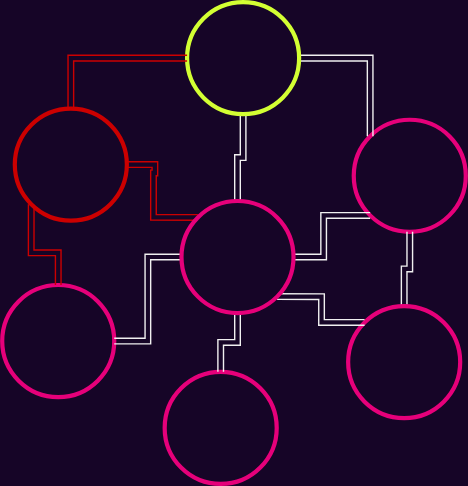
Polkadot-Blockchain-Academy/pba-content keeps this draw.io diagram as syllabus/3-Blockchain/img/p2p_topology_2.svg. Above is the earlier version. Source tidied: cells renumbered, new cells last; positions are measured from the earlier drawing's top-left corner, leaving out a move shared by most shapes. Source of this version:
```xml
<mxGraphModel background="#160527">
  <root>
    <mxCell id="0" />
    <mxCell id="1" parent="0" />
    <mxCell id="2" style="ellipse;whiteSpace=wrap;html=1;fillColor=#160527;strokeColor=#E6007A;strokeWidth=3;" parent="1" vertex="1">
      <mxGeometry y="202" width="80" height="80" as="geometry" />
    </mxCell>
    <mxCell id="3" style="ellipse;whiteSpace=wrap;html=1;fillColor=#160527;strokeColor=#E6007A;strokeWidth=3;" parent="1" vertex="1">
      <mxGeometry x="251" y="84" width="80" height="80" as="geometry" />
    </mxCell>
    <mxCell id="4" style="ellipse;whiteSpace=wrap;html=1;fillColor=#160527;strokeColor=#E6007A;strokeWidth=3;" parent="1" vertex="1">
      <mxGeometry x="116" y="264" width="80" height="80" as="geometry" />
    </mxCell>
    <mxCell id="5" style="edgeStyle=orthogonalEdgeStyle;rounded=0;jettySize=auto;html=1;exitX=0.5;exitY=0;exitDx=0;exitDy=0;entryX=0.5;entryY=1;entryDx=0;entryDy=0;shape=link;" parent="1" edge="1" source="6" target="3">
      <mxGeometry relative="1" as="geometry" />
    </mxCell>
    <mxCell id="6" style="ellipse;whiteSpace=wrap;html=1;fillColor=#160527;strokeColor=#E6007A;strokeWidth=3;" parent="1" vertex="1">
      <mxGeometry x="247" y="217" width="80" height="80" as="geometry" />
    </mxCell>
    <mxCell id="7" style="edgeStyle=orthogonalEdgeStyle;rounded=0;jettySize=auto;html=1;exitX=1;exitY=0.5;exitDx=0;exitDy=0;entryX=0;entryY=0;entryDx=0;entryDy=0;shape=link;" parent="1" edge="1" source="9" target="3">
      <mxGeometry relative="1" as="geometry" />
    </mxCell>
    <mxCell id="8" style="edgeStyle=orthogonalEdgeStyle;rounded=0;jettySize=auto;html=1;exitX=0.5;exitY=1;exitDx=0;exitDy=0;shape=link;" parent="1" edge="1" source="9" target="18">
      <mxGeometry relative="1" as="geometry" />
    </mxCell>
    <mxCell id="9" style="ellipse;whiteSpace=wrap;html=1;fillColor=#160527;strokeColor=#D3FF33;strokeWidth=3;" parent="1" vertex="1">
      <mxGeometry x="132" width="80" height="80" as="geometry" />
    </mxCell>
    <mxCell id="10" style="edgeStyle=orthogonalEdgeStyle;rounded=0;jettySize=auto;html=1;exitX=0.5;exitY=0;exitDx=0;exitDy=0;entryX=0;entryY=0.5;entryDx=0;entryDy=0;shape=link;strokeColor=#CC0000;" parent="1" edge="1" source="12" target="9">
      <mxGeometry relative="1" as="geometry" />
    </mxCell>
    <mxCell id="11" style="edgeStyle=orthogonalEdgeStyle;rounded=0;jettySize=auto;html=1;exitX=0;exitY=1;exitDx=0;exitDy=0;entryX=0.5;entryY=0;entryDx=0;entryDy=0;shape=link;strokeColor=#CC0000;" parent="1" edge="1" source="12" target="2">
      <mxGeometry relative="1" as="geometry" />
    </mxCell>
    <mxCell id="12" style="ellipse;whiteSpace=wrap;html=1;fillColor=#160527;strokeColor=#CC0000;strokeWidth=3;" parent="1" vertex="1">
      <mxGeometry x="9" y="76" width="80" height="80" as="geometry" />
    </mxCell>
    <mxCell id="13" style="edgeStyle=orthogonalEdgeStyle;rounded=0;jettySize=auto;html=1;exitX=1;exitY=0.5;exitDx=0;exitDy=0;entryX=0;entryY=1;entryDx=0;entryDy=0;shape=link;" parent="1" edge="1" source="18" target="3">
      <mxGeometry relative="1" as="geometry" />
    </mxCell>
    <mxCell id="14" style="edgeStyle=orthogonalEdgeStyle;rounded=0;jettySize=auto;html=1;exitX=0.5;exitY=1;exitDx=0;exitDy=0;entryX=0.5;entryY=0;entryDx=0;entryDy=0;shape=link;" parent="1" edge="1" source="18" target="4">
      <mxGeometry relative="1" as="geometry" />
    </mxCell>
    <mxCell id="15" style="edgeStyle=orthogonalEdgeStyle;rounded=0;jettySize=auto;html=1;exitX=1;exitY=1;exitDx=0;exitDy=0;entryX=0;entryY=0;entryDx=0;entryDy=0;shape=link;" parent="1" edge="1" source="18" target="6">
      <mxGeometry relative="1" as="geometry" />
    </mxCell>
    <mxCell id="16" style="edgeStyle=orthogonalEdgeStyle;rounded=0;jettySize=auto;html=1;exitX=0;exitY=0.5;exitDx=0;exitDy=0;entryX=1;entryY=0.5;entryDx=0;entryDy=0;shape=link;" parent="1" edge="1" source="18" target="2">
      <mxGeometry relative="1" as="geometry" />
    </mxCell>
    <mxCell id="17" style="edgeStyle=orthogonalEdgeStyle;rounded=0;jettySize=auto;html=1;exitX=0;exitY=0;exitDx=0;exitDy=0;entryX=1;entryY=0.5;entryDx=0;entryDy=0;shape=link;strokeColor=#CC0000;" parent="1" edge="1" source="18" target="12">
      <mxGeometry relative="1" as="geometry" />
    </mxCell>
    <mxCell id="18" style="ellipse;whiteSpace=wrap;html=1;fillColor=#160527;strokeColor=#E6007A;strokeWidth=3;" parent="1" vertex="1">
      <mxGeometry x="128" y="142" width="80" height="80" as="geometry" />
    </mxCell>
  </root>
</mxGraphModel>
```
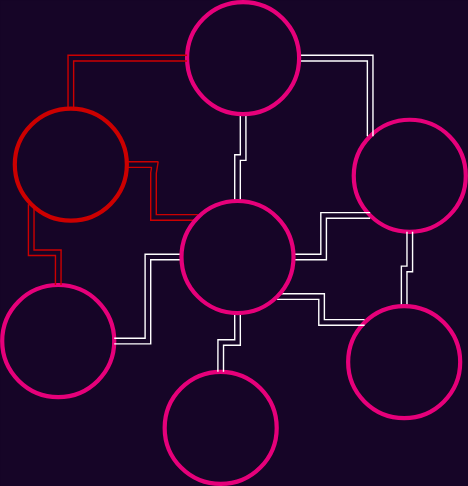
The same diagram one commit later.

Diff of the diagram source:
```diff
@@ -11,19 +11,19 @@
     <mxCell id="4" style="ellipse;whiteSpace=wrap;html=1;fillColor=#160527;strokeColor=#E6007A;strokeWidth=3;" parent="1" vertex="1">
       <mxGeometry x="116" y="264" width="80" height="80" as="geometry" />
     </mxCell>
-    <mxCell id="5" style="edgeStyle=orthogonalEdgeStyle;rounded=0;jettySize=auto;html=1;exitX=0.5;exitY=0;exitDx=0;exitDy=0;entryX=0.5;entryY=1;entryDx=0;entryDy=0;shape=link;" parent="1" edge="1" source="6" target="3">
+    <mxCell id="5" style="edgeStyle=orthogonalEdgeStyle;rounded=0;jettySize=auto;html=1;exitX=0.5;exitY=0;exitDx=0;exitDy=0;entryX=0.5;entryY=1;entryDx=0;entryDy=0;shape=link;strokeColor=#FFFFFF;" parent="1" edge="1" source="6" target="3">
       <mxGeometry relative="1" as="geometry" />
     </mxCell>
     <mxCell id="6" style="ellipse;whiteSpace=wrap;html=1;fillColor=#160527;strokeColor=#E6007A;strokeWidth=3;" parent="1" vertex="1">
       <mxGeometry x="247" y="217" width="80" height="80" as="geometry" />
     </mxCell>
-    <mxCell id="7" style="edgeStyle=orthogonalEdgeStyle;rounded=0;jettySize=auto;html=1;exitX=1;exitY=0.5;exitDx=0;exitDy=0;entryX=0;entryY=0;entryDx=0;entryDy=0;shape=link;" parent="1" edge="1" source="9" target="3">
+    <mxCell id="7" style="edgeStyle=orthogonalEdgeStyle;rounded=0;jettySize=auto;html=1;exitX=1;exitY=0.5;exitDx=0;exitDy=0;entryX=0;entryY=0;entryDx=0;entryDy=0;shape=link;strokeColor=#FFFFFF;" parent="1" edge="1" source="9" target="3">
       <mxGeometry relative="1" as="geometry" />
     </mxCell>
-    <mxCell id="8" style="edgeStyle=orthogonalEdgeStyle;rounded=0;jettySize=auto;html=1;exitX=0.5;exitY=1;exitDx=0;exitDy=0;shape=link;" parent="1" edge="1" source="9" target="18">
+    <mxCell id="8" style="edgeStyle=orthogonalEdgeStyle;rounded=0;jettySize=auto;html=1;exitX=0.5;exitY=1;exitDx=0;exitDy=0;shape=link;strokeColor=#FFFFFF;" parent="1" edge="1" source="9" target="18">
       <mxGeometry relative="1" as="geometry" />
     </mxCell>
-    <mxCell id="9" style="ellipse;whiteSpace=wrap;html=1;fillColor=#160527;strokeColor=#D3FF33;strokeWidth=3;" parent="1" vertex="1">
+    <mxCell id="9" style="ellipse;whiteSpace=wrap;html=1;fillColor=#160527;strokeColor=#E6007A;strokeWidth=3;" parent="1" vertex="1">
       <mxGeometry x="132" width="80" height="80" as="geometry" />
     </mxCell>
     <mxCell id="10" style="edgeStyle=orthogonalEdgeStyle;rounded=0;jettySize=auto;html=1;exitX=0.5;exitY=0;exitDx=0;exitDy=0;entryX=0;entryY=0.5;entryDx=0;entryDy=0;shape=link;strokeColor=#CC0000;" parent="1" edge="1" source="12" target="9">
@@ -35,16 +35,16 @@
     <mxCell id="12" style="ellipse;whiteSpace=wrap;html=1;fillColor=#160527;strokeColor=#CC0000;strokeWidth=3;" parent="1" vertex="1">
       <mxGeometry x="9" y="76" width="80" height="80" as="geometry" />
     </mxCell>
-    <mxCell id="13" style="edgeStyle=orthogonalEdgeStyle;rounded=0;jettySize=auto;html=1;exitX=1;exitY=0.5;exitDx=0;exitDy=0;entryX=0;entryY=1;entryDx=0;entryDy=0;shape=link;" parent="1" edge="1" source="18" target="3">
+    <mxCell id="13" style="edgeStyle=orthogonalEdgeStyle;rounded=0;jettySize=auto;html=1;exitX=1;exitY=0.5;exitDx=0;exitDy=0;entryX=0;entryY=1;entryDx=0;entryDy=0;shape=link;strokeColor=#FFFFFF;" parent="1" edge="1" source="18" target="3">
       <mxGeometry relative="1" as="geometry" />
     </mxCell>
-    <mxCell id="14" style="edgeStyle=orthogonalEdgeStyle;rounded=0;jettySize=auto;html=1;exitX=0.5;exitY=1;exitDx=0;exitDy=0;entryX=0.5;entryY=0;entryDx=0;entryDy=0;shape=link;" parent="1" edge="1" source="18" target="4">
+    <mxCell id="14" style="edgeStyle=orthogonalEdgeStyle;rounded=0;jettySize=auto;html=1;exitX=0.5;exitY=1;exitDx=0;exitDy=0;entryX=0.5;entryY=0;entryDx=0;entryDy=0;shape=link;strokeColor=#FFFFFF;" parent="1" edge="1" source="18" target="4">
       <mxGeometry relative="1" as="geometry" />
     </mxCell>
-    <mxCell id="15" style="edgeStyle=orthogonalEdgeStyle;rounded=0;jettySize=auto;html=1;exitX=1;exitY=1;exitDx=0;exitDy=0;entryX=0;entryY=0;entryDx=0;entryDy=0;shape=link;" parent="1" edge="1" source="18" target="6">
+    <mxCell id="15" style="edgeStyle=orthogonalEdgeStyle;rounded=0;jettySize=auto;html=1;exitX=1;exitY=1;exitDx=0;exitDy=0;entryX=0;entryY=0;entryDx=0;entryDy=0;shape=link;strokeColor=#FFFFFF;" parent="1" edge="1" source="18" target="6">
       <mxGeometry relative="1" as="geometry" />
     </mxCell>
-    <mxCell id="16" style="edgeStyle=orthogonalEdgeStyle;rounded=0;jettySize=auto;html=1;exitX=0;exitY=0.5;exitDx=0;exitDy=0;entryX=1;entryY=0.5;entryDx=0;entryDy=0;shape=link;" parent="1" edge="1" source="18" target="2">
+    <mxCell id="16" style="edgeStyle=orthogonalEdgeStyle;rounded=0;jettySize=auto;html=1;exitX=0;exitY=0.5;exitDx=0;exitDy=0;entryX=1;entryY=0.5;entryDx=0;entryDy=0;shape=link;strokeColor=#FFFFFF;" parent="1" edge="1" source="18" target="2">
       <mxGeometry relative="1" as="geometry" />
     </mxCell>
     <mxCell id="17" style="edgeStyle=orthogonalEdgeStyle;rounded=0;jettySize=auto;html=1;exitX=0;exitY=0;exitDx=0;exitDy=0;entryX=1;entryY=0.5;entryDx=0;entryDy=0;shape=link;strokeColor=#CC0000;" parent="1" edge="1" source="18" target="12">
```
